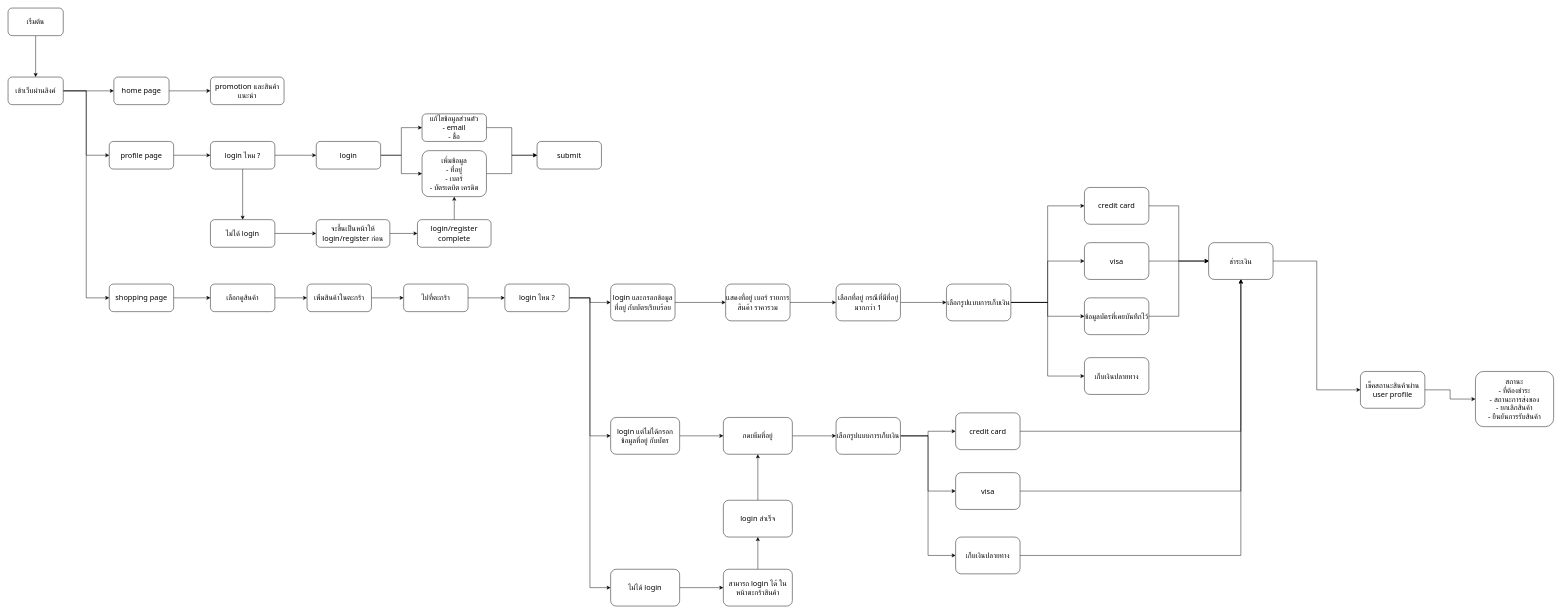
The draw.io diagram page "Buy flow" (2 of 2) of Sell flow.drawio in Pumpkin019/VIZ-MyShop, before the edit. Source tidied: cells renumbered, new cells numbered last; positions are measured from the earlier drawing's top-left corner, leaving out a move shared by most shapes. Both pictures are drawn from the tidied source at 46%, with x=0, y=0 at pixel (8, 8).
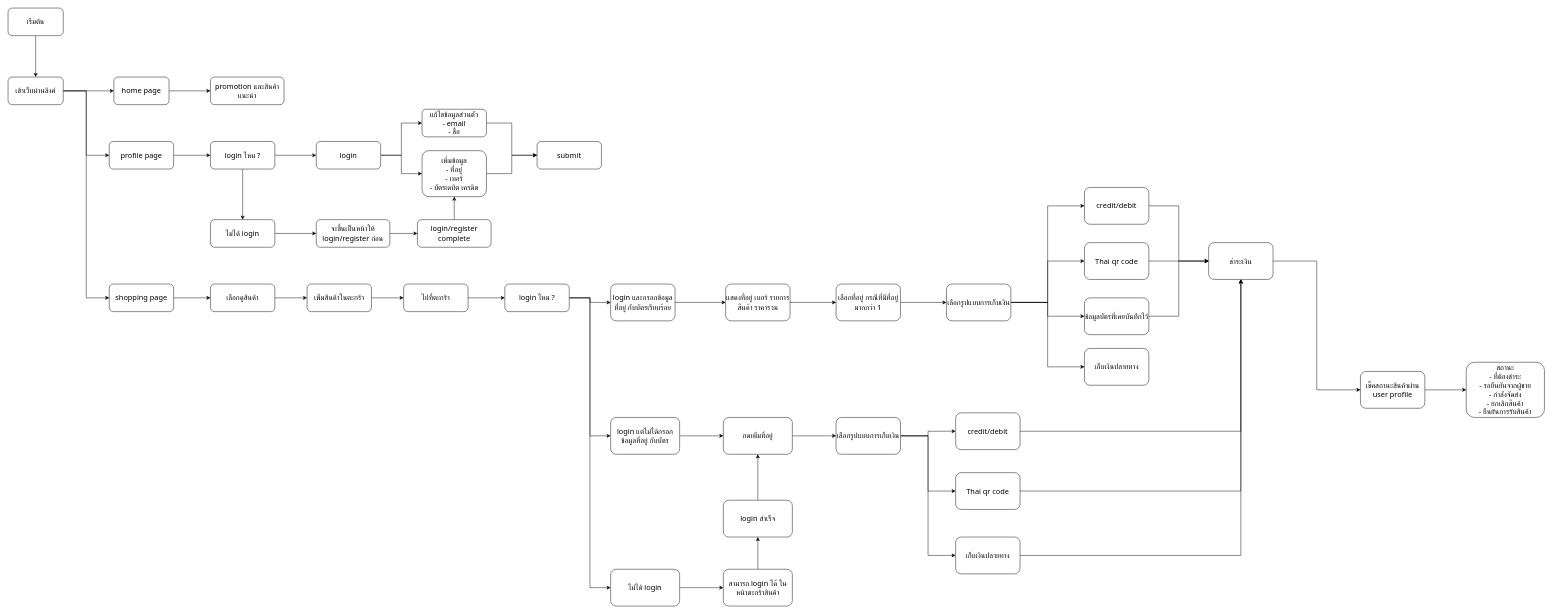
The same page after the edit.

Diff of the diagram source:
```diff
@@
     <mxCell id="24" value="แก้ไขข้อมูลส่วนตัว&lt;br&gt;- email&lt;br&gt;- ชื่อ" style="rounded=1;whiteSpace=wrap;html=1;fontFamily=Tahoma;fontSize=16;" parent="1" vertex="1">
-      <mxGeometry x="900" y="230" width="140" height="60" as="geometry" />
+      <mxGeometry x="900" y="220" width="140" height="60" as="geometry" />
     </mxCell>
@@
-    <mxCell id="58" value="credit card" style="rounded=1;whiteSpace=wrap;html=1;fontFamily=Tahoma;fontSize=16;" parent="1" vertex="1">
+    <mxCell id="58" value="credit/debit" style="rounded=1;whiteSpace=wrap;html=1;fontFamily=Tahoma;fontSize=16;" parent="1" vertex="1">
       <mxGeometry x="2340" y="390" width="140" height="80" as="geometry" />
     </mxCell>
     <mxCell id="59" value="เก็บเงินปลายทาง" style="rounded=1;whiteSpace=wrap;html=1;fontFamily=Tahoma;fontSize=16;" parent="1" vertex="1">
-      <mxGeometry x="2340" y="760" width="140" height="80" as="geometry" />
+      <mxGeometry x="2340" y="740" width="140" height="80" as="geometry" />
     </mxCell>
@@
-    <mxCell id="61" value="visa" style="rounded=1;whiteSpace=wrap;html=1;fontFamily=Tahoma;fontSize=16;" parent="1" vertex="1">
+    <mxCell id="61" value="Thai qr code" style="rounded=1;whiteSpace=wrap;html=1;fontFamily=Tahoma;fontSize=16;" parent="1" vertex="1">
       <mxGeometry x="2340" y="510" width="140" height="80" as="geometry" />
     </mxCell>
@@
-    <mxCell id="75" value="credit card" style="rounded=1;whiteSpace=wrap;html=1;fontFamily=Tahoma;fontSize=16;" parent="1" vertex="1">
+    <mxCell id="75" value="credit/debit" style="rounded=1;whiteSpace=wrap;html=1;fontFamily=Tahoma;fontSize=16;" parent="1" vertex="1">
       <mxGeometry x="2060" y="880" width="140" height="80" as="geometry" />
     </mxCell>
@@
-    <mxCell id="77" value="visa" style="rounded=1;whiteSpace=wrap;html=1;fontFamily=Tahoma;fontSize=16;" parent="1" vertex="1">
+    <mxCell id="77" value="Thai qr code" style="rounded=1;whiteSpace=wrap;html=1;fontFamily=Tahoma;fontSize=16;" parent="1" vertex="1">
       <mxGeometry x="2060" y="1010" width="140" height="80" as="geometry" />
     </mxCell>
@@
-    <mxCell id="84" value="สถานะ&lt;br&gt;- ที่ต้องชำระ&lt;br&gt;- สถานะการส่งของ&lt;br&gt;- ยกเลิกสินค้า&lt;br&gt;- ยืนยันการรับสินค้า" style="rounded=1;whiteSpace=wrap;html=1;fontFamily=Tahoma;fontSize=16;" parent="1" vertex="1">
-      <mxGeometry x="3190" y="790" width="170" height="120" as="geometry" />
+    <mxCell id="84" value="สถานะ&lt;br&gt;- ที่ต้องชำระ&lt;br&gt;- รอยืนยันจากผู้ขาย&lt;br&gt;- กำลังจัดส่ง&lt;br&gt;- ยกเลิกสินค้า&lt;br&gt;- ยืนยันการรับสินค้า" style="rounded=1;whiteSpace=wrap;html=1;fontFamily=Tahoma;fontSize=16;" parent="1" vertex="1">
+      <mxGeometry x="3170" y="770" width="170" height="120" as="geometry" />
     </mxCell>
```
